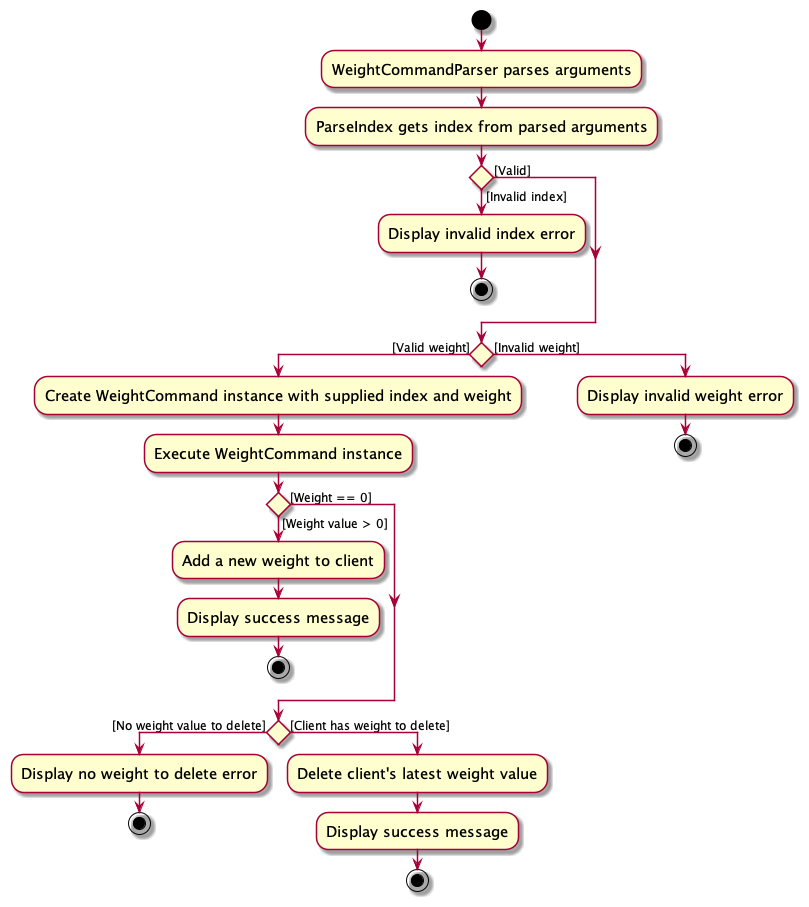
Earlier version of the PlantUML export docs/images/WeightCommandActivityDiagram.png (bgopi23/tp).
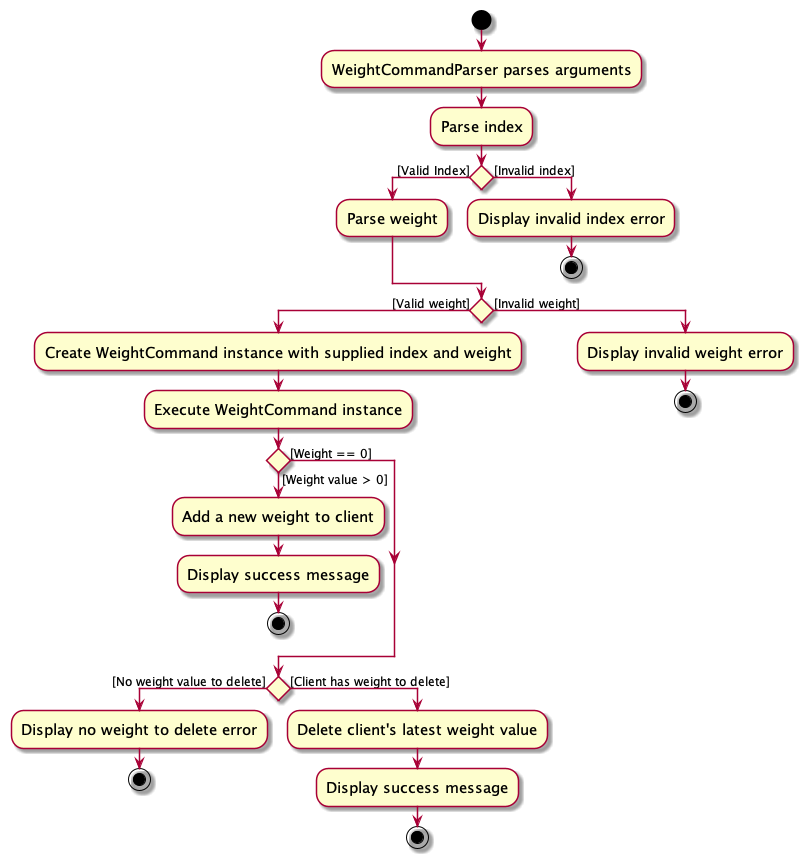
After the change.

Commit message:
Update weight command actvitiy diagram

What changed in the source:
```diff
@@ -4,8 +4,9 @@
 skinparam ArrowFontSize 12
 start
 :WeightCommandParser parses arguments;
-:ParseIndex gets index from parsed arguments;
-if () then ([Valid])
+:Parse index;
+if () then ([Valid Index])
+    :Parse weight;
 else ([Invalid index])
     :Display invalid index error;
     stop
```
